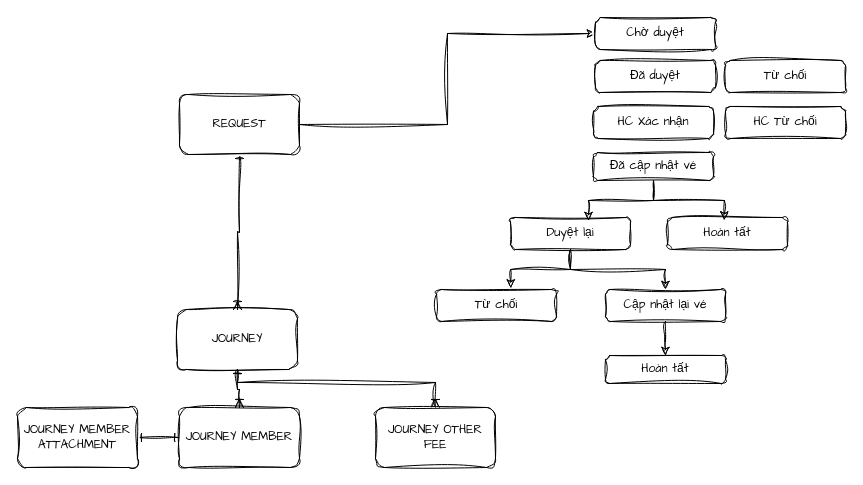
This is page "UNICONS" (5 of 5) of Sketchs/MySketch.drawio from DataTeamBP/MyDrawIO, a draw.io file, before an edit. Source tidied: cells renumbered, new cells numbered last; positions are measured from the earlier drawing's top-left corner, leaving out a move shared by most shapes. Both pictures are drawn from the tidied source at 100%, with x=0, y=0 at pixel (17, 17).
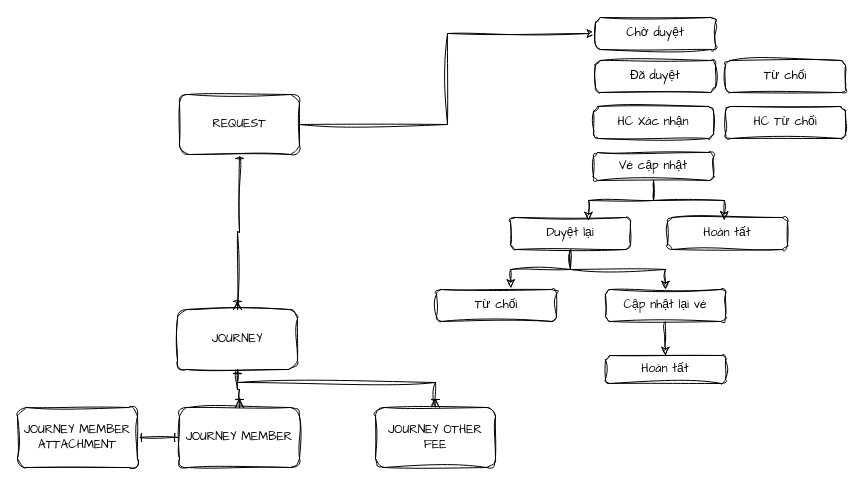
Above is the later version.

Change to the diagram source:
```diff
@@
-    <mxCell id="19" value="Đã cập nhật vé" style="rounded=1;whiteSpace=wrap;html=1;sketch=1;hachureGap=4;jiggle=2;curveFitting=1;fontFamily=Architects Daughter;" parent="1" vertex="1">
+    <mxCell id="19" value="Vé cập nhật" style="rounded=1;whiteSpace=wrap;html=1;sketch=1;hachureGap=4;jiggle=2;curveFitting=1;fontFamily=Architects Daughter;" parent="1" vertex="1">
       <mxGeometry x="576" y="135" width="120" height="28" as="geometry" />
     </mxCell>
```
